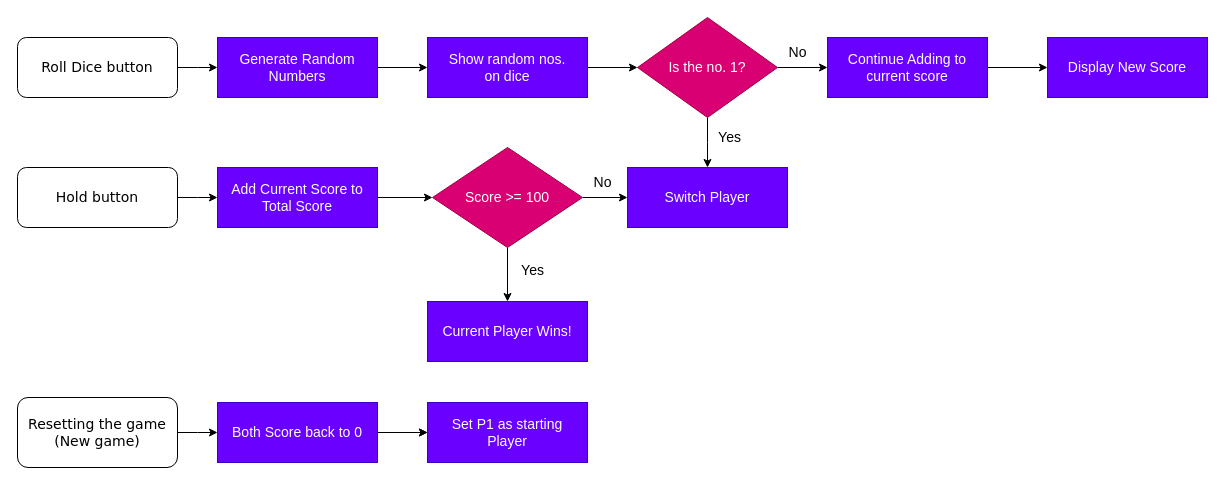
Before: starter/Pig Game flowchart.drawio in ujjwalsgupta/07-Pig-Game, a draw.io diagram. Source tidied: cells renumbered, new cells numbered last; positions are measured from the earlier drawing's top-left corner, leaving out a move shared by most shapes. Both pictures are drawn from the tidied source at 100%, with x=0, y=0 at pixel (17, 17).
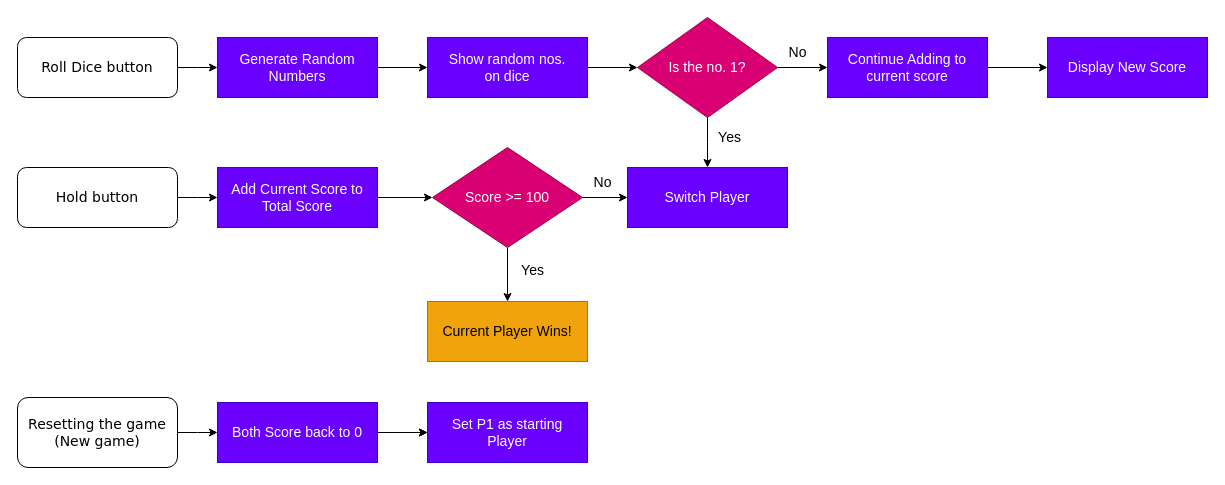
The same page after the edit.

What changed in the source:
```diff
@@
-    <mxCell id="32" value="&lt;span style=&quot;font-size: 14px;&quot;&gt;Current Player Wins!&lt;/span&gt;" style="rounded=0;whiteSpace=wrap;html=1;fillColor=#6a00ff;fontColor=#ffffff;strokeColor=#3700CC;" parent="1" vertex="1">
+    <mxCell id="32" value="&lt;span style=&quot;font-size: 14px;&quot;&gt;Current Player Wins!&lt;/span&gt;" style="rounded=0;whiteSpace=wrap;html=1;fillColor=#f0a30a;fontColor=#000000;strokeColor=#BD7000;" parent="1" vertex="1">
       <mxGeometry x="410" y="284" width="160" height="60" as="geometry" />
     </mxCell>
```
